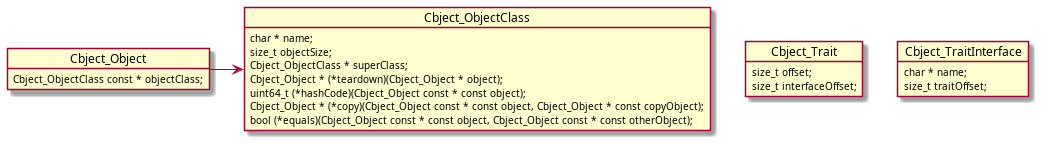
Before: docs/media/diag-building-blocks.png, a diagram exported from PlantUML (alexmarincu/Cbject).
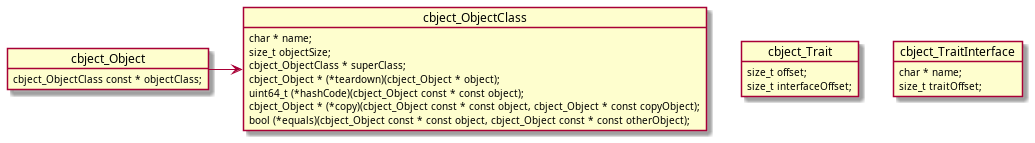
The same diagram one commit later.

The edit, as a diff of the source:
```diff
@@ -1,23 +1,23 @@
 @startuml
-object Cbject_Object {
-    Cbject_ObjectClass const * objectClass;
+object cbject_Object {
+    cbject_ObjectClass const * objectClass;
 }
-object Cbject_ObjectClass {
+object cbject_ObjectClass {
     char * name;
     size_t objectSize;
-    Cbject_ObjectClass * superClass;
-    Cbject_Object * (*teardown)(Cbject_Object * object);
-    uint64_t (*hashCode)(Cbject_Object const * const object);
-    Cbject_Object * (*copy)(Cbject_Object const * const object, Cbject_Object * const copyObject);
-    bool (*equals)(Cbject_Object const * const object, Cbject_Object const * const otherObject);
+    cbject_ObjectClass * superClass;
+    cbject_Object * (*teardown)(cbject_Object * object);
+    uint64_t (*hashCode)(cbject_Object const * const object);
+    cbject_Object * (*copy)(cbject_Object const * const object, cbject_Object * const copyObject);
+    bool (*equals)(cbject_Object const * const object, cbject_Object const * const otherObject);
 }
-object Cbject_Trait {
+object cbject_Trait {
     size_t offset;
     size_t interfaceOffset;
 }
-object Cbject_TraitInterface {
+object cbject_TraitInterface {
     char * name;
     size_t traitOffset;
 }
-Cbject_Object -r-> Cbject_ObjectClass
+cbject_Object -r-> cbject_ObjectClass
 @enduml
```
